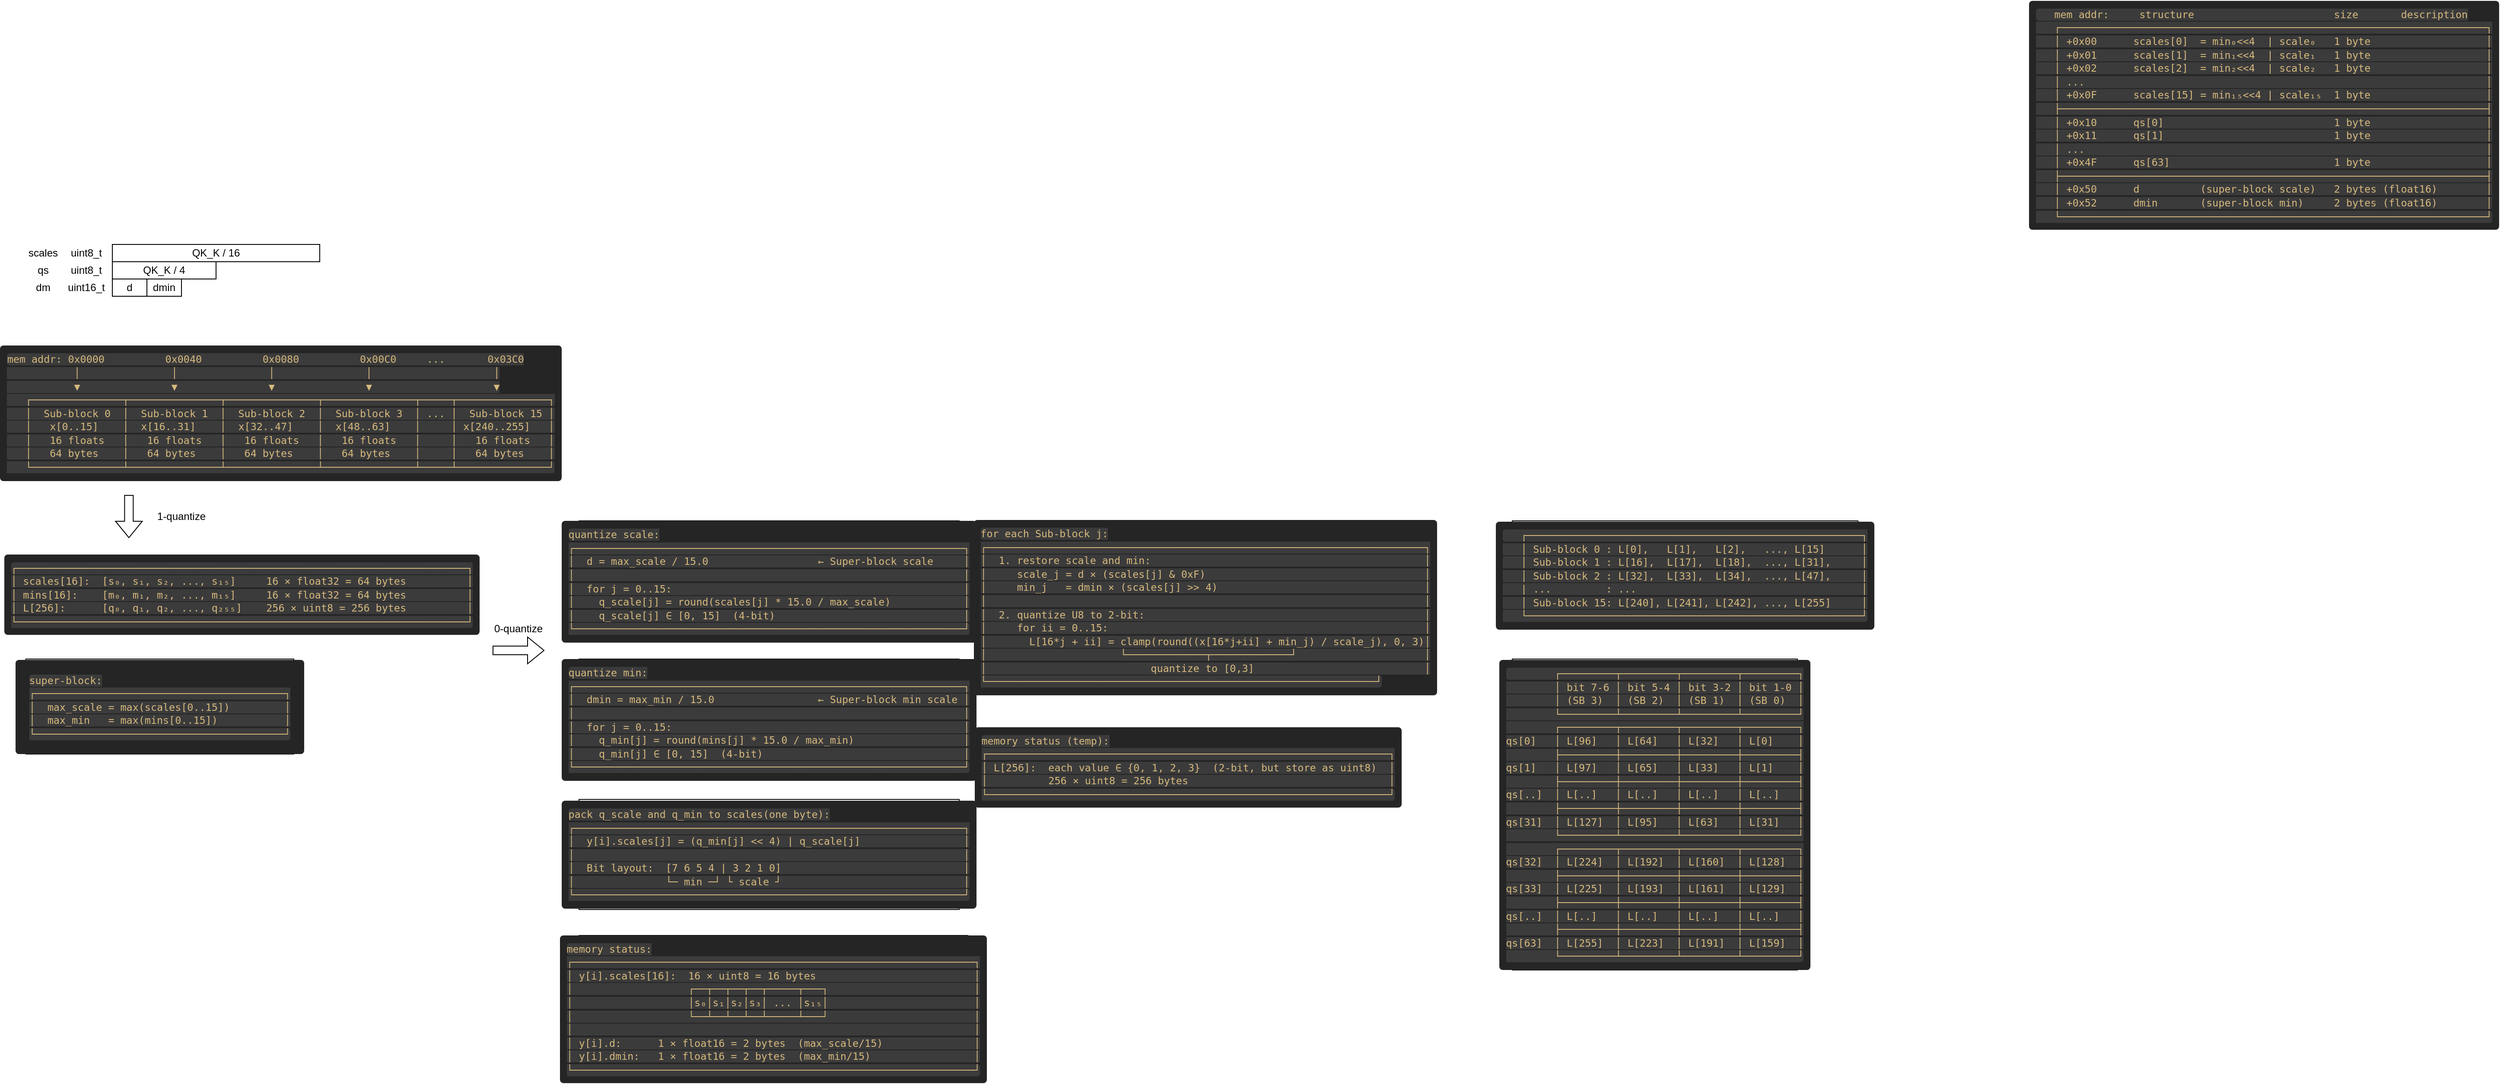
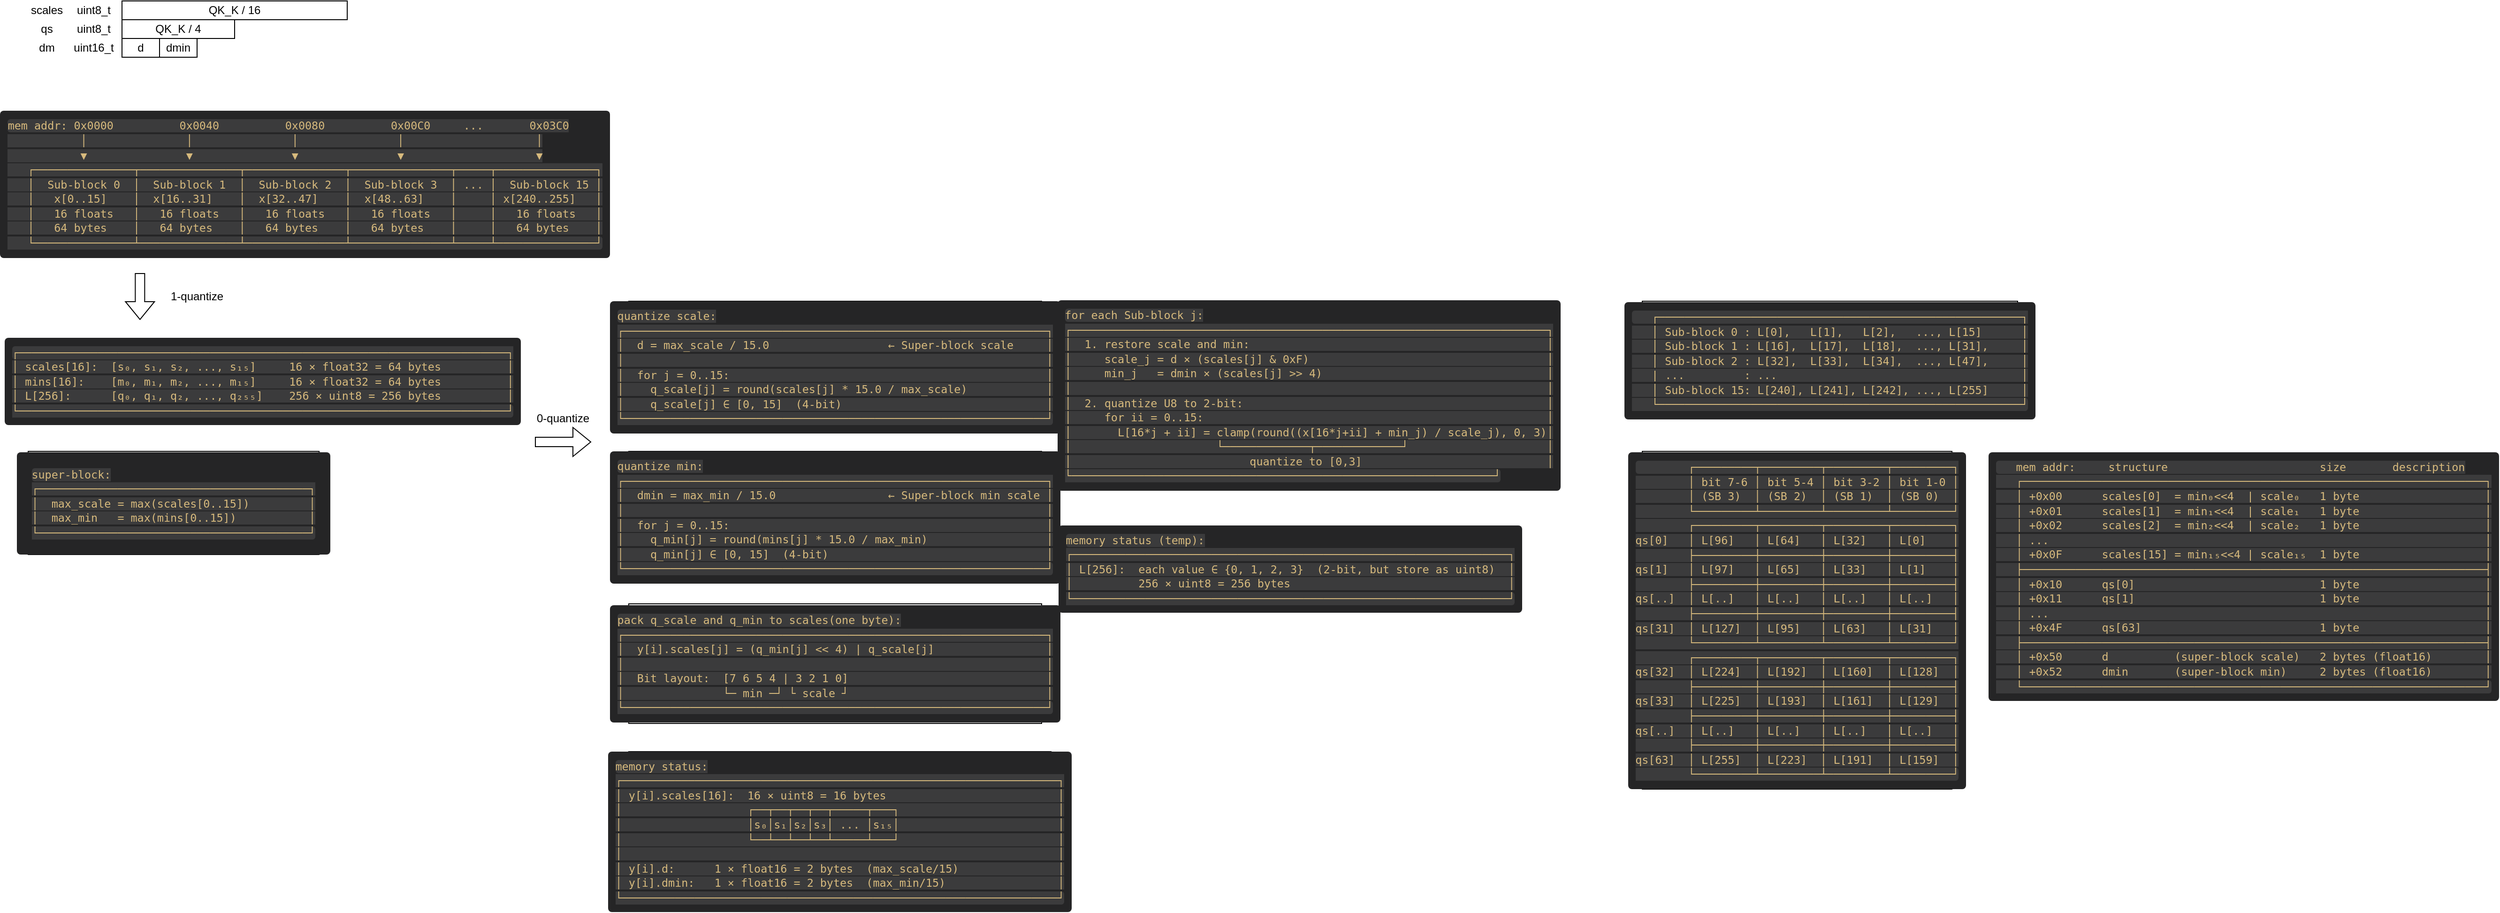
<mxfile host="app.diagrams.net">
  <diagram name="第 1 页" id="Si2-Z7cCXZd2prBrh_IV">
    <mxGraphModel dx="787" dy="457" grid="1" gridSize="10" guides="1" tooltips="1" connect="1" arrows="1" fold="1" page="1" pageScale="1" pageWidth="827" pageHeight="1169" math="0" shadow="0">
      <root>
        <mxCell id="0" />
        <mxCell id="1" parent="0" />
        <mxCell id="sU8PSUKhDcx1YNUkFXAb-27" parent="1" style="rounded=0;whiteSpace=wrap;html=1;" value="QK_K / 16" vertex="1">
          <mxGeometry height="20" width="240" x="140" y="440" as="geometry" />
        </mxCell>
        <mxCell id="sU8PSUKhDcx1YNUkFXAb-28" parent="1" style="rounded=0;whiteSpace=wrap;html=1;" value="QK_K / 4" vertex="1">
          <mxGeometry height="20" width="120" x="140" y="460" as="geometry" />
        </mxCell>
        <mxCell id="sU8PSUKhDcx1YNUkFXAb-29" parent="1" style="rounded=0;whiteSpace=wrap;html=1;" value="d" vertex="1">
          <mxGeometry height="20" width="40" x="140" y="480" as="geometry" />
        </mxCell>
        <mxCell id="sU8PSUKhDcx1YNUkFXAb-30" parent="1" style="rounded=0;whiteSpace=wrap;html=1;" value="dmin" vertex="1">
          <mxGeometry height="20" width="40" x="180" y="480" as="geometry" />
        </mxCell>
        <mxCell id="sU8PSUKhDcx1YNUkFXAb-32" parent="1" style="text;html=1;whiteSpace=wrap;strokeColor=none;fillColor=none;align=center;verticalAlign=middle;rounded=0;" value="scales" vertex="1">
          <mxGeometry height="20" width="40" x="40" y="440" as="geometry" />
        </mxCell>
        <mxCell id="sU8PSUKhDcx1YNUkFXAb-33" parent="1" style="text;html=1;whiteSpace=wrap;strokeColor=none;fillColor=none;align=center;verticalAlign=middle;rounded=0;" value="qs" vertex="1">
          <mxGeometry height="20" width="40" x="40" y="460" as="geometry" />
        </mxCell>
        <mxCell id="sU8PSUKhDcx1YNUkFXAb-34" parent="1" style="text;html=1;whiteSpace=wrap;strokeColor=none;fillColor=none;align=center;verticalAlign=middle;rounded=0;" value="dm" vertex="1">
          <mxGeometry height="20" width="40" x="40" y="480" as="geometry" />
        </mxCell>
        <mxCell id="sU8PSUKhDcx1YNUkFXAb-35" parent="1" style="text;html=1;whiteSpace=wrap;strokeColor=none;fillColor=none;align=center;verticalAlign=middle;rounded=0;" value="uint8_t" vertex="1">
          <mxGeometry height="20" width="60" x="80" y="440" as="geometry" />
        </mxCell>
        <mxCell id="sU8PSUKhDcx1YNUkFXAb-36" parent="1" style="text;html=1;whiteSpace=wrap;strokeColor=none;fillColor=none;align=center;verticalAlign=middle;rounded=0;" value="uint8_t" vertex="1">
          <mxGeometry height="20" width="60" x="80" y="460" as="geometry" />
        </mxCell>
        <mxCell id="sU8PSUKhDcx1YNUkFXAb-37" parent="1" style="text;html=1;whiteSpace=wrap;strokeColor=none;fillColor=none;align=center;verticalAlign=middle;rounded=0;" value="uint16_t" vertex="1">
          <mxGeometry height="20" width="60" x="80" y="480" as="geometry" />
        </mxCell>
        <mxCell id="sU8PSUKhDcx1YNUkFXAb-38" edge="1" parent="1" style="shape=flexArrow;endArrow=classic;html=1;rounded=0;" value="">
          <mxGeometry height="50" relative="1" width="50" as="geometry">
            <mxPoint x="159.17000000000002" y="730" as="sourcePoint" />
            <mxPoint x="159.17000000000002" y="780" as="targetPoint" />
          </mxGeometry>
        </mxCell>
        <mxCell id="sU8PSUKhDcx1YNUkFXAb-57" edge="1" parent="1" style="shape=flexArrow;endArrow=classic;html=1;rounded=0;" value="">
          <mxGeometry height="50" relative="1" width="50" as="geometry">
            <mxPoint x="580" y="910" as="sourcePoint" />
            <mxPoint x="640" y="910" as="targetPoint" />
          </mxGeometry>
        </mxCell>
        <mxCell id="sU8PSUKhDcx1YNUkFXAb-82" parent="1" style="text;html=1;whiteSpace=wrap;strokeColor=none;fillColor=none;align=center;verticalAlign=middle;rounded=0;" value="1-quantize" vertex="1">
          <mxGeometry height="30" width="80" x="180" y="740" as="geometry" />
        </mxCell>
        <mxCell id="sU8PSUKhDcx1YNUkFXAb-83" parent="1" style="text;html=1;whiteSpace=wrap;strokeColor=none;fillColor=none;align=center;verticalAlign=middle;rounded=0;" value="0-quantize" vertex="1">
          <mxGeometry height="30" width="60" x="580" y="870" as="geometry" />
        </mxCell>
        <mxCell id="sU8PSUKhDcx1YNUkFXAb-156" parent="1" style="rounded=0;whiteSpace=wrap;html=1;" value="&lt;pre style=&quot;overflow-x: auto; box-sizing: border-box; border-radius: 4px; max-width: 100%; margin: 0px; padding: 8px; color: rgb(204, 204, 204); font-size: 13px; text-align: start; background-color: rgb(37, 37, 38);&quot;&gt;&lt;code style=&quot;color: rgb(215, 186, 125); background-color: rgba(255, 255, 255, 0.1); padding: 0px; border-radius: 3px; word-break: break-word; font-size: 0.9em;&quot;&gt;   mem addr:     structure                       size       description&lt;br&gt;   ┌──────────────────────────────────────────────────────────────────────┐&lt;br&gt;   │ +0x00      scales[0]  = min₀&amp;lt;&amp;lt;4  | scale₀   1 byte                   │&lt;br&gt;   │ +0x01      scales[1]  = min₁&amp;lt;&amp;lt;4  | scale₁   1 byte                   │&lt;br&gt;   │ +0x02      scales[2]  = min₂&amp;lt;&amp;lt;4  | scale₂   1 byte                   │&lt;br&gt;   │ ...                                                                  │&lt;br&gt;   │ +0x0F      scales[15] = min₁₅&amp;lt;&amp;lt;4 | scale₁₅  1 byte                   │&lt;br&gt;   ├──────────────────────────────────────────────────────────────────────┤&lt;br&gt;   │ +0x10      qs[0]                            1 byte                   │&lt;br&gt;   │ +0x11      qs[1]                            1 byte                   │&lt;br&gt;   │ ...                                                                  │&lt;br&gt;   │ +0x4F      qs[63]                           1 byte                   │&lt;br&gt;   ├──────────────────────────────────────────────────────────────────────┤&lt;br&gt;   │ +0x50      d          (super-block scale)   2 bytes (float16)        │&lt;br&gt;   │ +0x52      dmin       (super-block min)     2 bytes (float16)        │&lt;br&gt;   └──────────────────────────────────────────────────────────────────────┘&lt;/code&gt;&lt;/pre&gt;" vertex="1">
-           <mxGeometry height="60" width="160" x="2550" y="260" as="geometry" />
+           <mxGeometry height="60" width="160" x="2321" y="1022.5" as="geometry" />
        </mxCell>
        <mxCell id="sU8PSUKhDcx1YNUkFXAb-157" parent="1" style="rounded=0;whiteSpace=wrap;html=1;" value="&lt;pre style=&quot;overflow-x: auto; box-sizing: border-box; border-radius: 4px; max-width: 100%; margin: 0px; padding: 8px; color: rgb(204, 204, 204); font-size: 13px; text-align: start; background-color: rgb(37, 37, 38);&quot;&gt;&lt;code style=&quot;color: rgb(215, 186, 125); background-color: rgba(255, 255, 255, 0.1); padding: 0px; border-radius: 3px; word-break: break-word; font-size: 0.9em;&quot;&gt;   ┌───────────────────────────────────────────────────────┐&lt;br&gt;   │ Sub-block 0 : L[0],   L[1],   L[2],   ..., L[15]      │&lt;br&gt;   │ Sub-block 1 : L[16],  L[17],  L[18],  ..., L[31],     │&lt;br&gt;   │ Sub-block 2 : L[32],  L[33],  L[34],  ..., L[47],     │&lt;br&gt;   | ...         : ...                                     │&lt;br&gt;   │ Sub-block 15: L[240], L[241], L[242], ..., L[255]     │&lt;br&gt;   └───────────────────────────────────────────────────────┘&lt;/code&gt;&lt;/pre&gt;" vertex="1">
          <mxGeometry height="125" width="400" x="1760" y="760" as="geometry" />
        </mxCell>
        <mxCell id="sU8PSUKhDcx1YNUkFXAb-159" parent="1" style="rounded=0;whiteSpace=wrap;html=1;" value="&lt;pre style=&quot;overflow-x: auto; box-sizing: border-box; border-radius: 4px; max-width: 100%; margin: 0px; padding: 8px; text-align: start; background-color: rgb(37, 37, 38); font-size: 13px; color: rgb(204, 204, 204);&quot;&gt;&lt;code style=&quot;color: rgb(215, 186, 125); background-color: rgba(255, 255, 255, 0.1); padding: 0px; border-radius: 3px; word-break: break-word; font-size: 0.9em;&quot;&gt;        ┌─────────┬─────────┬─────────┬─────────┐&lt;br&gt;        │ bit 7-6 │ bit 5-4 │ bit 3-2 │ bit 1-0 │&lt;br&gt;        │ (SB 3)  │ (SB 2)  │ (SB 1)  │ (SB 0)  │&lt;br&gt;        └─────────┴─────────┴─────────┴─────────┘&lt;br&gt;        ┌─────────┬─────────┬─────────┬─────────┐&lt;br&gt;qs[0]   │ L[96]   │ L[64]   │ L[32]   │ L[0]    │&lt;br&gt;        ├─────────┼─────────┼─────────┼─────────┤&lt;br&gt;qs[1]   │ L[97]   │ L[65]   │ L[33]   │ L[1]    │&lt;br&gt;        ├─────────┼─────────┼─────────┼─────────┤&lt;br&gt;qs[..]  │ L[..]   │ L[..]   │ L[..]   │ L[..]   │&lt;br&gt;        ├─────────┼─────────┼─────────┼─────────┤&lt;br&gt;qs[31]  │ L[127]  │ L[95]   │ L[63]   │ L[31]   │&lt;br&gt;        └─────────┴─────────┴─────────┴─────────┘&lt;br&gt;        ┌─────────┬─────────┬─────────┬─────────┐&lt;br&gt;qs[32]  │ L[224]  │ L[192]  │ L[160]  │ L[128]  │&lt;br&gt;        ├─────────┼─────────┼─────────┼─────────┤&lt;br&gt;qs[33]  │ L[225]  │ L[193]  │ L[161]  │ L[129]  │&lt;br&gt;        ├─────────┼─────────┼─────────┼─────────┤&lt;br&gt;qs[..]  │ L[..]   │ L[..]   │ L[..]   │ L[..]   │&lt;br&gt;        ├─────────┼─────────┼─────────┼─────────┤&lt;br&gt;qs[63]  │ L[255]  │ L[223]  │ L[191]  │ L[159]  │&lt;br&gt;        └─────────┴─────────┴─────────┴─────────┘&lt;/code&gt;&lt;/pre&gt;" vertex="1">
          <mxGeometry height="360" width="330" x="1760" y="920" as="geometry" />
        </mxCell>
        <mxCell id="sU8PSUKhDcx1YNUkFXAb-162" parent="1" style="rounded=0;whiteSpace=wrap;html=1;" value="&lt;pre style=&quot;overflow-x: auto; box-sizing: border-box; border-radius: 4px; max-width: 100%; margin: 0px; padding: 8px; color: rgb(204, 204, 204); font-size: 13px; text-align: start; background-color: rgb(37, 37, 38);&quot;&gt;&lt;code style=&quot;color: rgb(215, 186, 125); background-color: rgba(255, 255, 255, 0.1); padding: 0px; border-radius: 3px; word-break: break-word; font-size: 0.9em;&quot;&gt;mem addr: 0x0000          0x0040          0x0080          0x00C0     ...       0x03C0&lt;br&gt;           │               │               │               │                    │&lt;br&gt;           ▼               ▼               ▼               ▼                    ▼&lt;br&gt;   ┌───────────────┬───────────────┬───────────────┬───────────────┬─────┬───────────────┐&lt;br&gt;   │  Sub-block 0  │  Sub-block 1  │  Sub-block 2  │  Sub-block 3  │ ... │  Sub-block 15 │&lt;br&gt;   │   x[0..15]    │  x[16..31]    │  x[32..47]    │  x[48..63]    │     │ x[240..255]   │&lt;br&gt;   │   16 floats   │   16 floats   │   16 floats   │   16 floats   │     │   16 floats   │&lt;br&gt;   │   64 bytes    │   64 bytes    │   64 bytes    │   64 bytes    │     │   64 bytes    │&lt;br&gt;   └───────────────┴───────────────┴───────────────┴───────────────┴─────┴───────────────┘&lt;/code&gt;&lt;/pre&gt;" vertex="1">
          <mxGeometry height="150" width="590" x="40" y="560" as="geometry" />
        </mxCell>
        <mxCell id="sU8PSUKhDcx1YNUkFXAb-163" parent="1" style="rounded=0;whiteSpace=wrap;html=1;" value="&lt;pre style=&quot;overflow-x: auto; box-sizing: border-box; border-radius: 4px; max-width: 100%; margin: 0px; padding: 8px; color: rgb(204, 204, 204); font-size: 13px; text-align: start; background-color: rgb(37, 37, 38);&quot;&gt;&lt;code style=&quot;color: rgb(215, 186, 125); background-color: rgba(255, 255, 255, 0.1); padding: 0px; border-radius: 3px; word-break: break-word; font-size: 0.9em;&quot;&gt;┌──────────────────────────────────────────────────────────────────────────┐&lt;br&gt;│ scales[16]:  [s₀, s₁, s₂, ..., s₁₅]     16 × float32 = 64 bytes          │&lt;br&gt;│ mins[16]:    [m₀, m₁, m₂, ..., m₁₅]     16 × float32 = 64 bytes          │&lt;br&gt;│ L[256]:      [q₀, q₁, q₂, ..., q₂₅₅]    256 × uint8 = 256 bytes          │&lt;br&gt;└──────────────────────────────────────────────────────────────────────────┘&lt;/code&gt;&lt;/pre&gt;" vertex="1">
          <mxGeometry height="90" width="500" x="40" y="800" as="geometry" />
        </mxCell>
        <mxCell id="sU8PSUKhDcx1YNUkFXAb-164" parent="1" style="rounded=0;whiteSpace=wrap;html=1;" value="&lt;pre style=&quot;overflow-x: auto; box-sizing: border-box; border-radius: 4px; max-width: 100%; margin: 0px; padding: 8px; color: rgb(204, 204, 204); font-size: 13px; text-align: start; background-color: rgb(37, 37, 38);&quot;&gt;&lt;pre style=&quot;overflow-x: auto; box-sizing: border-box; border-radius: 4px; max-width: 100%; margin: 0px; padding: 8px;&quot;&gt;&lt;code style=&quot;color: rgb(215, 186, 125); background-color: rgba(255, 255, 255, 0.1); padding: 0px; border-radius: 3px; word-break: break-word; font-size: 0.9em;&quot;&gt;super-block:&lt;br&gt;┌─────────────────────────────────────────┐&lt;br&gt;│  max_scale = max(scales[0..15])         │&lt;br&gt;│  max_min   = max(mins[0..15])           │&lt;br&gt;└─────────────────────────────────────────┘&lt;/code&gt;&lt;/pre&gt;&lt;/pre&gt;" vertex="1">
          <mxGeometry height="110" width="310" x="40" y="920" as="geometry" />
        </mxCell>
        <mxCell id="sU8PSUKhDcx1YNUkFXAb-165" parent="1" style="rounded=0;whiteSpace=wrap;html=1;" value="&lt;pre style=&quot;overflow-x: auto; box-sizing: border-box; border-radius: 4px; max-width: 100%; margin: 0px; padding: 8px; color: rgb(204, 204, 204); font-size: 13px; text-align: start; background-color: rgb(37, 37, 38);&quot;&gt;&lt;code style=&quot;color: rgb(215, 186, 125); background-color: rgba(255, 255, 255, 0.1); padding: 0px; border-radius: 3px; word-break: break-word; font-size: 0.9em;&quot;&gt;quantize scale:&lt;br&gt;┌────────────────────────────────────────────────────────────────┐&lt;br&gt;│  d = max_scale / 15.0                  ← Super-block scale     │&lt;br&gt;│                                                                │&lt;br&gt;│  for j = 0..15:                                                │&lt;br&gt;│    q_scale[j] = round(scales[j] * 15.0 / max_scale)            │&lt;br&gt;│    q_scale[j] ∈ [0, 15]  (4-bit)                               │&lt;br&gt;└────────────────────────────────────────────────────────────────┘&lt;/code&gt;&lt;/pre&gt;" vertex="1">
          <mxGeometry height="140" width="440" x="680" y="760" as="geometry" />
        </mxCell>
        <mxCell id="sU8PSUKhDcx1YNUkFXAb-166" parent="1" style="rounded=0;whiteSpace=wrap;html=1;" value="&lt;pre style=&quot;overflow-x: auto; box-sizing: border-box; border-radius: 4px; max-width: 100%; margin: 0px; padding: 8px; color: rgb(204, 204, 204); font-size: 13px; text-align: start; background-color: rgb(37, 37, 38);&quot;&gt;&lt;code style=&quot;color: rgb(215, 186, 125); background-color: rgba(255, 255, 255, 0.1); padding: 0px; border-radius: 3px; word-break: break-word; font-size: 0.9em;&quot;&gt;quantize min:&lt;br&gt;┌────────────────────────────────────────────────────────────────┐&lt;br&gt;│  dmin = max_min / 15.0                 ← Super-block min scale │&lt;br&gt;│                                                                │&lt;br&gt;│  for j = 0..15:                                                │&lt;br&gt;│    q_min[j] = round(mins[j] * 15.0 / max_min)                  │&lt;br&gt;│    q_min[j] ∈ [0, 15]  (4-bit)                                 │&lt;br&gt;└────────────────────────────────────────────────────────────────┘&lt;/code&gt;&lt;/pre&gt;" vertex="1">
          <mxGeometry height="140" width="440" x="680" y="920" as="geometry" />
        </mxCell>
        <mxCell id="sU8PSUKhDcx1YNUkFXAb-167" parent="1" style="rounded=0;whiteSpace=wrap;html=1;" value="&lt;pre style=&quot;overflow-x: auto; box-sizing: border-box; border-radius: 4px; max-width: 100%; margin: 0px; padding: 8px; color: rgb(204, 204, 204); font-size: 13px; text-align: start; background-color: rgb(37, 37, 38);&quot;&gt;&lt;code style=&quot;color: rgb(215, 186, 125); background-color: rgba(255, 255, 255, 0.1); padding: 0px; border-radius: 3px; word-break: break-word; font-size: 0.9em;&quot;&gt;pack q_scale and q_min to scales(one byte):&lt;br&gt;┌────────────────────────────────────────────────────────────────┐&lt;br&gt;│  y[i].scales[j] = (q_min[j] &amp;lt;&amp;lt; 4) | q_scale[j]                 │&lt;br&gt;│                                                                │&lt;br&gt;│  Bit layout:  [7 6 5 4 | 3 2 1 0]                              │&lt;br&gt;│               └─ min ─┘ └ scale ┘                              │&lt;br&gt;└────────────────────────────────────────────────────────────────┘&lt;/code&gt;&lt;/pre&gt;" vertex="1">
          <mxGeometry height="127.5" width="440" x="680" y="1082.5" as="geometry" />
        </mxCell>
        <mxCell id="sU8PSUKhDcx1YNUkFXAb-169" parent="1" style="whiteSpace=wrap;html=1;" value="&lt;pre style=&quot;overflow-x: auto; box-sizing: border-box; border-radius: 4px; max-width: 100%; margin: 0px; padding: 8px; color: rgb(204, 204, 204); font-size: 13px; text-align: start; background-color: rgb(37, 37, 38);&quot;&gt;&lt;code style=&quot;color: rgb(215, 186, 125); background-color: rgba(255, 255, 255, 0.1); padding: 0px; border-radius: 3px; word-break: break-word; font-size: 0.9em;&quot;&gt;memory status:&lt;br&gt;┌──────────────────────────────────────────────────────────────────┐&lt;br&gt;│ y[i].scales[16]:  16 × uint8 = 16 bytes                          │&lt;br&gt;│                   ┌──┬──┬──┬──┬─────┬───┐                        │&lt;br&gt;│                   │s₀│s₁│s₂│s₃│ ... │s₁₅│                        │&lt;br&gt;│                   └──┴──┴──┴──┴─────┴───┘                        │&lt;br&gt;│                                                                  │&lt;br&gt;│ y[i].d:      1 × float16 = 2 bytes  (max_scale/15)               │&lt;br&gt;│ y[i].dmin:   1 × float16 = 2 bytes  (max_min/15)                 │&lt;br&gt;└──────────────────────────────────────────────────────────────────┘&lt;/code&gt;&lt;/pre&gt;" vertex="1">
          <mxGeometry height="170" width="450" x="680" y="1240" as="geometry" />
        </mxCell>
        <mxCell id="sU8PSUKhDcx1YNUkFXAb-170" parent="1" style="whiteSpace=wrap;html=1;" value="&lt;pre style=&quot;overflow-x: auto; box-sizing: border-box; border-radius: 4px; max-width: 100%; margin: 0px; padding: 8px; color: rgb(204, 204, 204); font-size: 13px; text-align: start; background-color: rgb(37, 37, 38);&quot;&gt;&lt;code style=&quot;color: rgb(215, 186, 125); background-color: rgba(255, 255, 255, 0.1); padding: 0px; border-radius: 3px; word-break: break-word; font-size: 0.9em;&quot;&gt;for each Sub-block j:&lt;br&gt;┌────────────────────────────────────────────────────────────────────────┐&lt;br&gt;│  1. restore scale and min:                                             │&lt;br&gt;│     scale_j = d × (scales[j] &amp;amp; 0xF)                                    │&lt;br&gt;│     min_j   = dmin × (scales[j] &amp;gt;&amp;gt; 4)                                  │&lt;br&gt;│                                                                        │&lt;br&gt;│  2. quantize U8 to 2-bit:                                              │&lt;br&gt;│     for ii = 0..15:                                                    │&lt;br&gt;│       L[16*j + ii] = clamp(round((x[16*j+ii] + min_j) / scale_j), 0, 3)│&lt;br&gt;│                      └─────────────┬─────────────┘                     │&lt;br&gt;│                           quantize to [0,3]                            │&lt;br&gt;└────────────────────────────────────────────────────────────────┘&lt;/code&gt;&lt;/pre&gt;" vertex="1">
          <mxGeometry height="200" width="490" x="1160" y="760" as="geometry" />
        </mxCell>
        <mxCell id="sU8PSUKhDcx1YNUkFXAb-171" parent="1" style="whiteSpace=wrap;html=1;" value="&lt;pre style=&quot;overflow-x: auto; box-sizing: border-box; border-radius: 4px; max-width: 100%; margin: 0px; padding: 8px; color: rgb(204, 204, 204); font-size: 13px; text-align: start; background-color: rgb(37, 37, 38);&quot;&gt;&lt;code style=&quot;color: rgb(215, 186, 125); background-color: rgba(255, 255, 255, 0.1); padding: 0px; border-radius: 3px; word-break: break-word; font-size: 0.9em;&quot;&gt;memory status (temp):&lt;br&gt;┌──────────────────────────────────────────────────────────────────┐&lt;br&gt;│ L[256]:  each value ∈ {0, 1, 2, 3}  (2-bit, but store as uint8)  │&lt;br&gt;│          256 × uint8 = 256 bytes                                 │&lt;br&gt;└──────────────────────────────────────────────────────────────────┘&lt;/code&gt;&lt;/pre&gt;" vertex="1">
          <mxGeometry height="90" width="450" x="1160" y="1000" as="geometry" />
        </mxCell>
      </root>
    </mxGraphModel>
  </diagram>
</mxfile>
